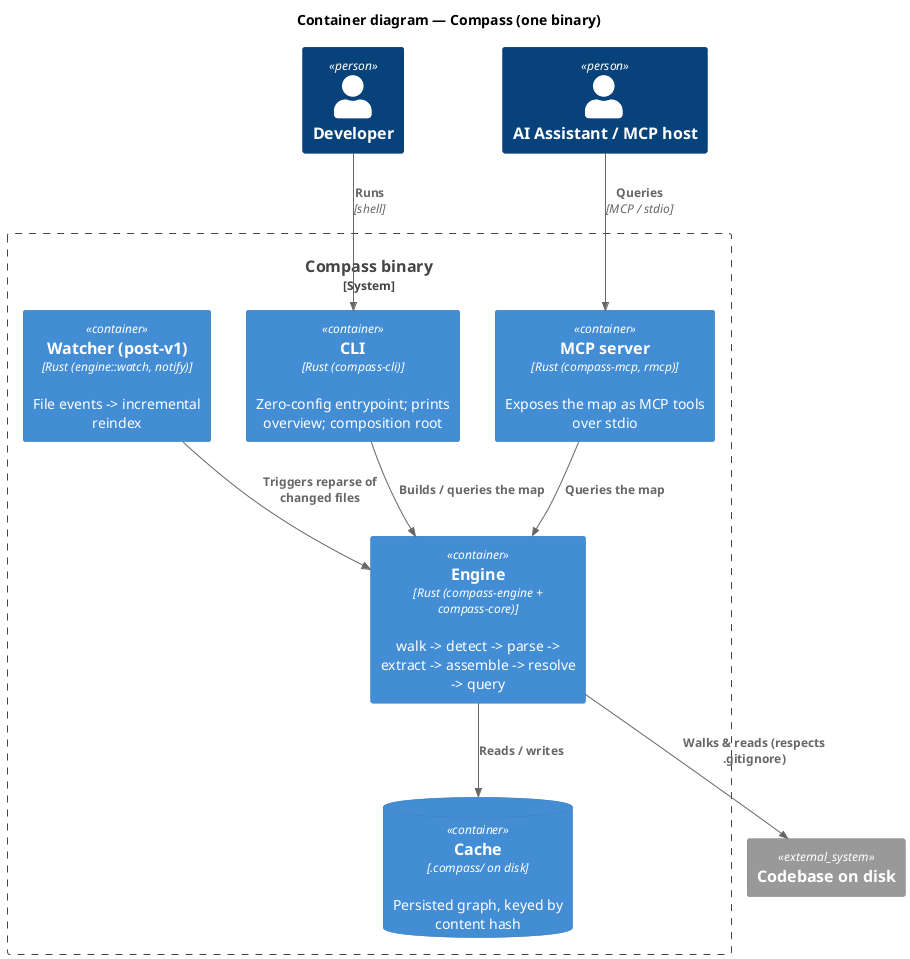
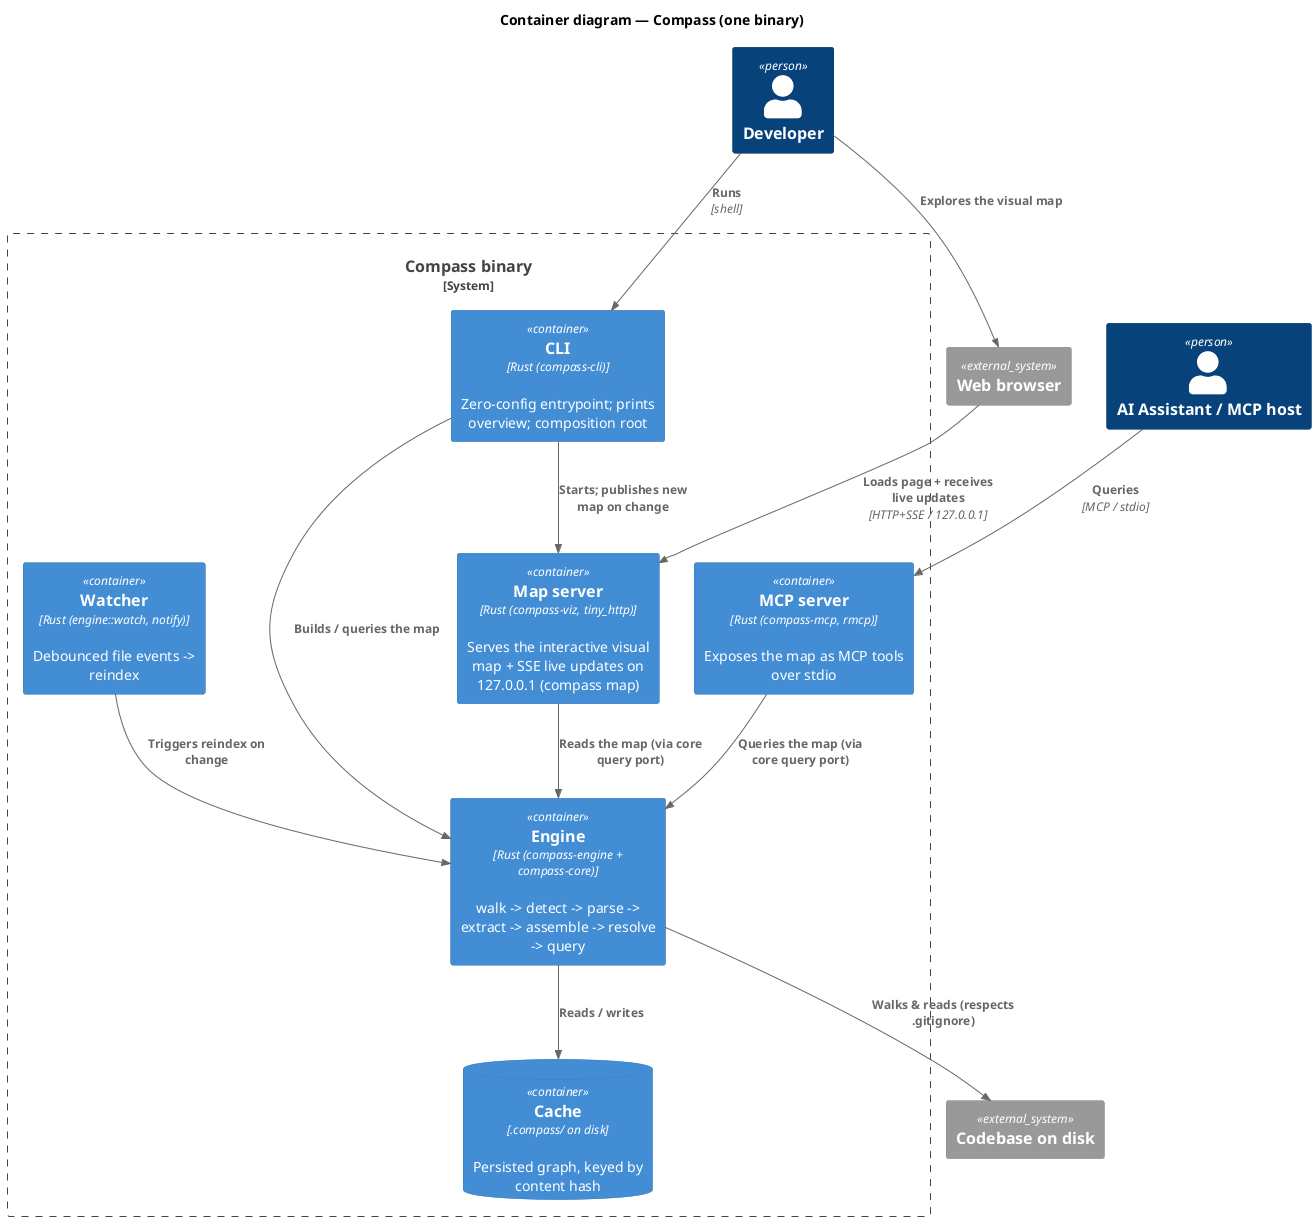
@startuml containers
' Embedded in docs/architecture/02-architecture.md — §3 Containers (C4 L2)
!include <C4/C4_Container>
title Container diagram — Compass (one binary)

Person(dev, "Developer")
Person(ai, "AI Assistant / MCP host")

System_Boundary(compass, "Compass binary") {
  Container(cli, "CLI", "Rust (compass-cli)", "Zero-config entrypoint; prints overview; composition root")
  Container(mcp, "MCP server", "Rust (compass-mcp, rmcp)", "Exposes the map as MCP tools over stdio")
-   Container(watch, "Watcher (post-v1)", "Rust (engine::watch, notify)", "File events -> incremental reindex")
+   Container(viz, "Map server", "Rust (compass-viz, tiny_http)", "Serves the interactive visual map + SSE live updates on 127.0.0.1 (compass map)")
+   Container(watch, "Watcher", "Rust (engine::watch, notify)", "Debounced file events -> reindex")
  Container(engine, "Engine", "Rust (compass-engine + compass-core)", "walk -> detect -> parse -> extract -> assemble -> resolve -> query")
  ContainerDb(cache, "Cache", ".compass/ on disk", "Persisted graph, keyed by content hash")
}

System_Ext(repo, "Codebase on disk")
+ System_Ext(browser, "Web browser")

Rel(dev, cli, "Runs", "shell")
+ Rel(dev, browser, "Explores the visual map")
+ Rel(browser, viz, "Loads page + receives live updates", "HTTP+SSE / 127.0.0.1")
Rel(ai, mcp, "Queries", "MCP / stdio")
Rel(cli, engine, "Builds / queries the map")
- Rel(mcp, engine, "Queries the map")
- Rel(watch, engine, "Triggers reparse of changed files")
+ Rel(cli, viz, "Starts; publishes new map on change")
+ Rel(mcp, engine, "Queries the map (via core query port)")
+ Rel(viz, engine, "Reads the map (via core query port)")
+ Rel(watch, engine, "Triggers reindex on change")
Rel(engine, repo, "Walks & reads (respects .gitignore)")
Rel(engine, cache, "Reads / writes")

@enduml
